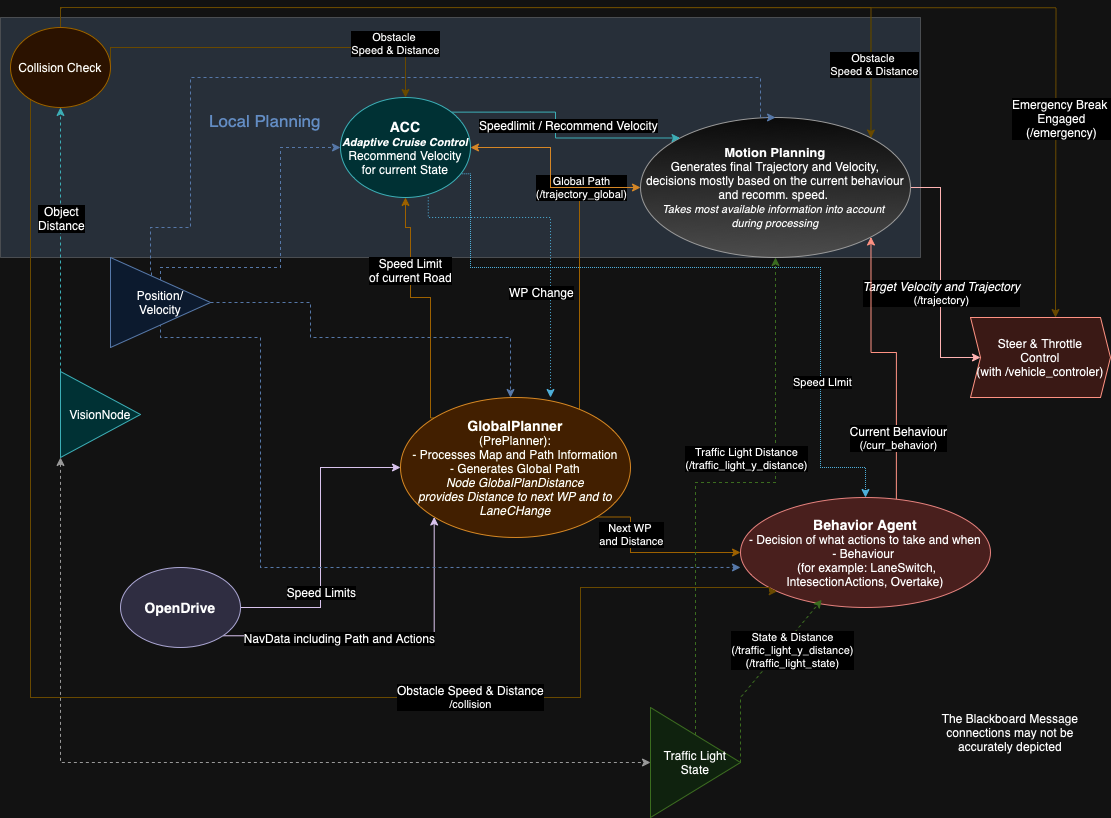
The draw.io diagram doc/assets/planning/planning_structure.png in una-auxme/paf, before a commit. Source tidied: cells renumbered, new cells last; positions are measured from the earlier drawing's top-left corner, leaving out a move shared by most shapes.
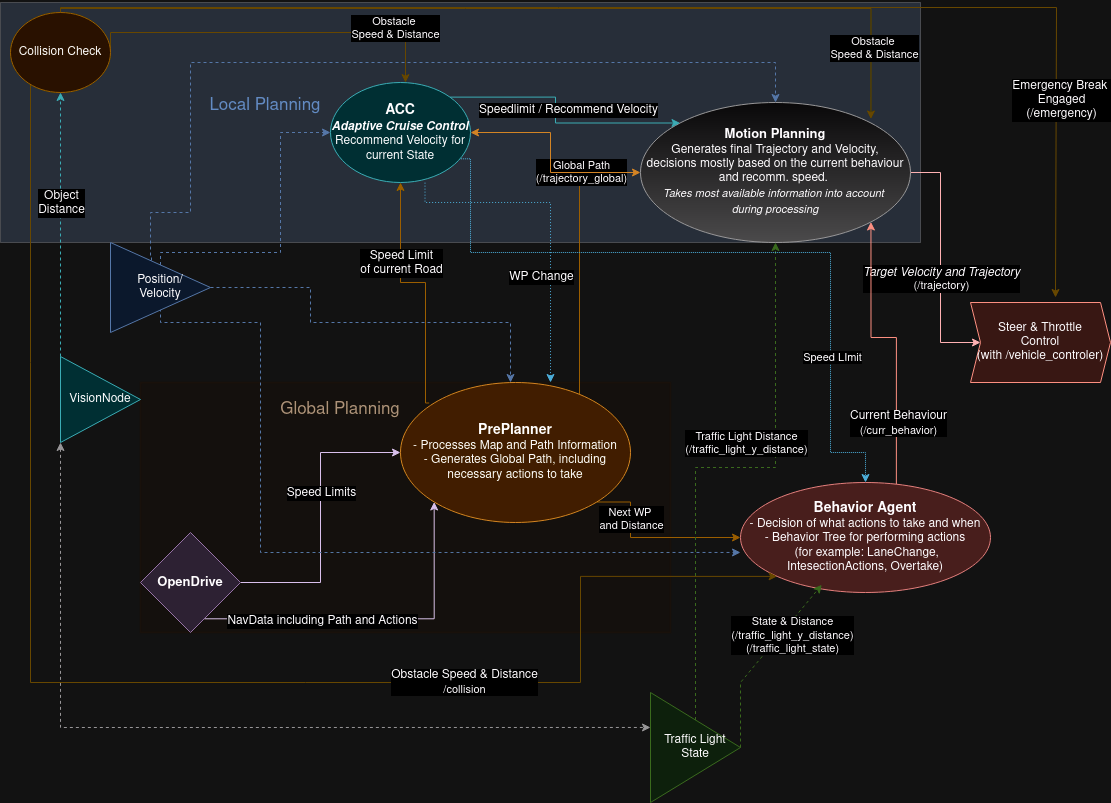
Later version of the same file.

Commit message:
Made some final improvements to the current planning arch diagram. Should finish #393

Diff of the diagram source:
```diff
@@ -5,20 +5,23 @@
     <mxCell id="2" style="rounded=0;whiteSpace=wrap;html=1;fillColor=#3D6694;strokeColor=default;opacity=20;" parent="1" vertex="1">
       <mxGeometry y="10" width="920" height="240" as="geometry" />
     </mxCell>
+    <mxCell id="55" style="rounded=0;whiteSpace=wrap;html=1;fillColor=#fff2cc;strokeColor=#FFE6CC;opacity=30;strokeWidth=2;" parent="1" vertex="1">
+      <mxGeometry x="140" y="390" width="530" height="250" as="geometry" />
+    </mxCell>
-    <mxCell id="3" style="edgeStyle=orthogonalEdgeStyle;rounded=0;jettySize=auto;html=1;exitX=0;exitY=0;exitDx=0;exitDy=0;fillColor=#ffe6cc;strokeColor=#d79b00;entryX=0.5;entryY=1;entryDx=0;entryDy=0;" parent="1" edge="1" source="9" target="51">
+    <mxCell id="3" style="edgeStyle=orthogonalEdgeStyle;rounded=0;orthogonalLoop=1;jettySize=auto;html=1;exitX=0;exitY=0;exitDx=0;exitDy=0;fillColor=#ffe6cc;strokeColor=#d79b00;entryX=0.5;entryY=1;entryDx=0;entryDy=0;" parent="1" edge="1">
       <mxGeometry relative="1" as="geometry">
+        <mxPoint x="428.7" y="410.5" as="sourcePoint" />
+        <mxPoint x="400" y="190" as="targetPoint" />
         <Array as="points">
-          <mxPoint x="430" y="411" />
-          <mxPoint x="430" y="290" />
-          <mxPoint x="410" y="290" />
-          <mxPoint x="410" y="220" />
-          <mxPoint x="405" y="220" />
+          <mxPoint x="425" y="411" />
+          <mxPoint x="425" y="290" />
+          <mxPoint x="400" y="290" />
         </Array>
       </mxGeometry>
     </mxCell>
     <mxCell id="4" value="&lt;div style=&quot;font-size: 12px;&quot;&gt;&lt;font style=&quot;font-size: 12px;&quot;&gt;Speed Limit &lt;br&gt;&lt;/font&gt;&lt;/div&gt;&lt;div style=&quot;font-size: 12px;&quot;&gt;&lt;font style=&quot;font-size: 12px;&quot;&gt;of current Road&lt;br&gt;&lt;/font&gt;&lt;/div&gt;" style="edgeLabel;html=1;align=center;verticalAlign=middle;" parent="3" vertex="1">
       <mxGeometry x="-0.09" y="-5" relative="1" as="geometry">
-        <mxPoint x="-26" y="-39" as="offset" />
+        <mxPoint x="-30" y="-31" as="offset" />
       </mxGeometry>
     </mxCell>
     <mxCell id="5" style="edgeStyle=orthogonalEdgeStyle;rounded=0;jettySize=auto;html=1;fillColor=#ffcd28;gradientColor=#ffa500;strokeColor=#d79b00;exitX=1;exitY=0;exitDx=0;exitDy=0;endArrow=none;endFill=0;" parent="1" edge="1" source="9">
@@ -49,10 +52,10 @@
         <mxPoint x="-4" y="-6" as="offset" />
       </mxGeometry>
     </mxCell>
-    <mxCell id="9" value="&lt;div style=&quot;font-size: 14px;&quot;&gt;&lt;b&gt;GlobalPlanner&lt;/b&gt;&lt;/div&gt;&lt;div&gt;(PrePlanner):&lt;/div&gt;&lt;div&gt;- Processes Map and Path Information&lt;/div&gt;&lt;div&gt;- Generates Global Path&lt;/div&gt;&lt;div&gt;&lt;i&gt;Node GlobalPlanDistance&lt;/i&gt;&lt;/div&gt;&lt;div&gt;&lt;i&gt;provides Distance to next WP and to LaneCHange&lt;/i&gt;&lt;br&gt;&lt;/div&gt;" style="ellipse;whiteSpace=wrap;html=1;fillColor=#fad7ac;strokeColor=#b46504;" parent="1" vertex="1">
+    <mxCell id="9" value="&lt;div style=&quot;font-size: 14px;&quot;&gt;&lt;b&gt;PrePlanner&lt;/b&gt;&lt;/div&gt;&lt;div&gt;- Processes Map and Path Information&lt;/div&gt;&lt;div&gt;- Generates Global Path, including necessary actions to take&lt;br&gt;&lt;/div&gt;" style="ellipse;whiteSpace=wrap;html=1;fillColor=#fad7ac;strokeColor=#b46504;" parent="1" vertex="1">
       <mxGeometry x="400" y="390" width="230" height="140" as="geometry" />
     </mxCell>
-    <mxCell id="10" style="edgeStyle=orthogonalEdgeStyle;rounded=0;jettySize=auto;html=1;exitX=1;exitY=1;exitDx=0;exitDy=0;entryX=0;entryY=1;entryDx=0;entryDy=0;fillColor=#76608a;strokeColor=#432D57;" parent="1" edge="1" source="14" target="9">
+    <mxCell id="10" style="edgeStyle=orthogonalEdgeStyle;rounded=0;jettySize=auto;html=1;exitX=0.638;exitY=0.863;exitDx=0;exitDy=0;entryX=0;entryY=1;entryDx=0;entryDy=0;fillColor=#76608a;strokeColor=#432D57;exitPerimeter=0;" parent="1" edge="1" source="14" target="9">
       <mxGeometry relative="1" as="geometry" />
     </mxCell>
     <mxCell id="11" value="&lt;font style=&quot;font-size: 12px;&quot;&gt;NavData including Path and Actions&lt;/font&gt;" style="edgeLabel;html=1;align=center;verticalAlign=middle;" parent="10" vertex="1">
@@ -65,12 +68,9 @@
     </mxCell>
     <mxCell id="13" value="&lt;font style=&quot;font-size: 12px;&quot;&gt;Speed Limits&lt;/font&gt;" style="edgeLabel;html=1;align=center;verticalAlign=middle;" parent="12" vertex="1">
       <mxGeometry x="-0.21" relative="1" as="geometry">
-        <mxPoint y="22" as="offset" />
+        <mxPoint y="-56" as="offset" />
       </mxGeometry>
     </mxCell>
-    <mxCell id="14" value="&lt;font style=&quot;font-size: 14px;&quot;&gt;&lt;b&gt;OpenDrive&lt;/b&gt;&lt;/font&gt;" style="ellipse;whiteSpace=wrap;html=1;fillColor=#d0cee2;strokeColor=#56517e;" parent="1" vertex="1">
-      <mxGeometry x="120" y="560" width="120" height="80" as="geometry" />
-    </mxCell>
     <mxCell id="15" style="edgeStyle=orthogonalEdgeStyle;rounded=0;jettySize=auto;html=1;exitX=1;exitY=0.5;exitDx=0;exitDy=0;entryX=0;entryY=0.5;entryDx=0;entryDy=0;fillColor=#e51400;strokeColor=#B20000;" parent="1" edge="1" source="18" target="21">
       <mxGeometry relative="1" as="geometry">
         <Array as="points">
@@ -120,7 +120,7 @@
         <mxPoint y="-30" as="offset" />
       </mxGeometry>
     </mxCell>
-    <mxCell id="24" value="&lt;div&gt;&lt;b&gt;&lt;font style=&quot;font-size: 14px;&quot;&gt;Behavior Agent&lt;/font&gt;&lt;/b&gt;&lt;/div&gt;&lt;div&gt;- Decision of what actions to take and when&lt;/div&gt;&lt;div&gt;- Behaviour&amp;nbsp;&lt;br&gt;&lt;/div&gt;&lt;div&gt;&amp;nbsp;(for example: LaneSwitch,&lt;/div&gt;&lt;div&gt;IntesectionActions, Overtake)&lt;br&gt;&lt;/div&gt;" style="ellipse;whiteSpace=wrap;html=1;fillColor=#f8cecc;strokeColor=#b85450;" parent="1" vertex="1">
+    <mxCell id="24" value="&lt;div&gt;&lt;b&gt;&lt;font style=&quot;font-size: 14px;&quot;&gt;Behavior Agent&lt;/font&gt;&lt;/b&gt;&lt;/div&gt;&lt;div&gt;- Decision of what actions to take and when&lt;/div&gt;&lt;div&gt;- Behavior Tree for performing actions&lt;br&gt;&lt;/div&gt;&lt;div&gt;&amp;nbsp;(for example: LaneChange,&lt;/div&gt;&lt;div&gt;IntesectionActions, Overtake)&lt;br&gt;&lt;/div&gt;" style="ellipse;whiteSpace=wrap;html=1;fillColor=#f8cecc;strokeColor=#b85450;" parent="1" vertex="1">
       <mxGeometry x="740" y="490" width="250" height="110" as="geometry" />
     </mxCell>
     <mxCell id="25" style="endArrow=classic;html=1;rounded=0;entryX=0.325;entryY=0.93;entryDx=0;entryDy=0;entryPerimeter=0;exitX=1;exitY=0.5;exitDx=0;exitDy=0;dashed=1;fillColor=#d5e8d4;strokeColor=#82b366;" parent="1" edge="1" source="34" target="24">
@@ -172,7 +172,7 @@
           <mxPoint x="150" y="220" />
           <mxPoint x="190" y="220" />
           <mxPoint x="190" y="70" />
-          <mxPoint x="760" y="70" />
+          <mxPoint x="775" y="70" />
         </Array>
       </mxGeometry>
     </mxCell>
@@ -190,8 +190,14 @@
     <mxCell id="34" value="Traffic Light State" style="triangle;whiteSpace=wrap;html=1;fillColor=#d5e8d4;strokeColor=#82b366;" parent="1" vertex="1">
       <mxGeometry x="650" y="700" width="90" height="110" as="geometry" />
     </mxCell>
-    <mxCell id="35" style="edgeStyle=orthogonalEdgeStyle;rounded=0;jettySize=auto;html=1;exitX=0.5;exitY=0;exitDx=0;exitDy=0;entryX=1;entryY=0;entryDx=0;entryDy=0;fillColor=#fff2cc;strokeColor=#d6b656;" parent="1" edge="1" source="44" target="18">
-      <mxGeometry relative="1" as="geometry" />
+    <mxCell id="35" style="edgeStyle=orthogonalEdgeStyle;rounded=0;orthogonalLoop=1;jettySize=auto;html=1;exitX=0.5;exitY=0;exitDx=0;exitDy=0;entryX=1;entryY=0;entryDx=0;entryDy=0;fillColor=#fff2cc;strokeColor=#d6b656;" parent="1" edge="1">
+      <mxGeometry relative="1" as="geometry">
+        <mxPoint x="60" y="16" as="sourcePoint" />
+        <mxPoint x="870.5" y="126.5" as="targetPoint" />
+        <Array as="points">
+          <mxPoint x="871" y="16" />
+        </Array>
+      </mxGeometry>
     </mxCell>
     <mxCell id="36" value="&lt;div&gt;Obstacle&amp;nbsp;&lt;/div&gt;&lt;div&gt;Speed &amp;amp; Distance&lt;/div&gt;" style="edgeLabel;html=1;align=center;verticalAlign=middle;" parent="35" vertex="1">
       <mxGeometry x="0.85" y="3" relative="1" as="geometry" />
@@ -209,10 +215,13 @@
         <mxPoint x="-4" y="-1" as="offset" />
       </mxGeometry>
     </mxCell>
-    <mxCell id="39" style="edgeStyle=orthogonalEdgeStyle;rounded=0;orthogonalLoop=1;jettySize=auto;html=1;fillColor=#fff2cc;strokeColor=#d6b656;entryX=0.25;entryY=0;entryDx=0;entryDy=0;" parent="1" edge="1">
+    <mxCell id="39" style="edgeStyle=orthogonalEdgeStyle;rounded=0;jettySize=auto;html=1;fillColor=#fff2cc;strokeColor=#d6b656;entryX=0.25;entryY=0;entryDx=0;entryDy=0;exitX=0.5;exitY=0;exitDx=0;exitDy=0;" parent="1" edge="1" source="44">
       <mxGeometry relative="1" as="geometry">
-        <mxPoint x="60" as="sourcePoint" />
-        <mxPoint x="1055" y="310" as="targetPoint" />
+        <mxPoint x="1055" y="305" as="targetPoint" />
+        <Array as="points">
+          <mxPoint x="60" y="15" />
+          <mxPoint x="1056" y="15" />
+        </Array>
       </mxGeometry>
     </mxCell>
     <mxCell id="40" value="&lt;div&gt;&lt;font style=&quot;font-size: 12px;&quot;&gt;Emergency Break&amp;nbsp;&lt;/font&gt;&lt;/div&gt;&lt;div&gt;&lt;font style=&quot;font-size: 12px;&quot;&gt;Engaged&lt;/font&gt;&lt;/div&gt;&lt;div&gt;&lt;font style=&quot;font-size: 12px;&quot;&gt;(/emergency)&lt;br&gt;&lt;/font&gt;&lt;/div&gt;" style="edgeLabel;html=1;align=center;verticalAlign=middle;" parent="39" vertex="1">
@@ -223,11 +232,11 @@
     <mxCell id="41" style="edgeStyle=orthogonalEdgeStyle;rounded=0;jettySize=auto;html=1;exitX=0;exitY=0.75;exitDx=0;exitDy=0;entryX=0;entryY=1;entryDx=0;entryDy=0;fillColor=#fff2cc;strokeColor=#d6b656;" parent="1" edge="1" source="44" target="24">
       <mxGeometry relative="1" as="geometry">
         <Array as="points">
+          <mxPoint x="15" y="50" />
           <mxPoint x="30" y="50" />
           <mxPoint x="30" y="690" />
           <mxPoint x="580" y="690" />
-          <mxPoint x="580" y="580" />
-          <mxPoint x="769" y="580" />
+          <mxPoint x="580" y="584" />
         </Array>
       </mxGeometry>
     </mxCell>
@@ -236,9 +245,6 @@
         <mxPoint x="-63" as="offset" />
       </mxGeometry>
     </mxCell>
-    <mxCell id="43" value="The Blackboard Message connections may not be accurately depicted" style="text;html=1;align=center;verticalAlign=middle;whiteSpace=wrap;rounded=0;" parent="1" vertex="1">
-      <mxGeometry x="930" y="690" width="160" height="70" as="geometry" />
-    </mxCell>
     <mxCell id="44" value="Collision Check" style="whiteSpace=wrap;html=1;fillColor=#ffe6cc;strokeColor=#d79b00;shape=ellipse;perimeter=ellipsePerimeter;" parent="1" vertex="1">
       <mxGeometry x="10" y="20" width="100" height="80" as="geometry" />
     </mxCell>
@@ -247,8 +253,8 @@
         <Array as="points">
           <mxPoint x="470" y="166" />
           <mxPoint x="470" y="260" />
-          <mxPoint x="820" y="260" />
-          <mxPoint x="820" y="460" />
+          <mxPoint x="830" y="260" />
+          <mxPoint x="830" y="460" />
           <mxPoint x="865" y="460" />
         </Array>
       </mxGeometry>
@@ -256,11 +262,11 @@
     <mxCell id="46" value="Speed LImit" style="edgeLabel;html=1;align=center;verticalAlign=middle;fillOpacity=100;" parent="45" vertex="1">
       <mxGeometry x="0.56" y="1" relative="1" as="geometry" />
     </mxCell>
-    <mxCell id="47" style="edgeStyle=orthogonalEdgeStyle;rounded=0;jettySize=auto;html=1;exitX=0;exitY=0.75;exitDx=0;exitDy=0;entryX=0;entryY=0.5;entryDx=0;entryDy=0;fillColor=#f5f5f5;gradientColor=#b3b3b3;strokeColor=#666666;dashed=1;startArrow=classic;startFill=1;" parent="1" edge="1" target="34">
+    <mxCell id="47" style="edgeStyle=orthogonalEdgeStyle;rounded=0;jettySize=auto;html=1;entryX=-0.011;entryY=0.436;entryDx=0;entryDy=0;fillColor=#f5f5f5;gradientColor=#b3b3b3;strokeColor=#666666;dashed=1;startArrow=classic;startFill=1;entryPerimeter=0;exitX=0;exitY=1;exitDx=0;exitDy=0;exitPerimeter=0;" parent="1" edge="1" source="48">
       <mxGeometry relative="1" as="geometry">
-        <mxPoint x="60" y="450" as="sourcePoint" />
+        <mxPoint x="650" y="735" as="targetPoint" />
         <Array as="points">
-          <mxPoint x="60" y="755" />
+          <mxPoint x="60" y="735" />
         </Array>
       </mxGeometry>
     </mxCell>
@@ -281,8 +287,8 @@
         <mxPoint x="-3" y="7" as="offset" />
       </mxGeometry>
     </mxCell>
-    <mxCell id="51" value="&lt;div&gt;&lt;b&gt;&lt;font style=&quot;font-size: 14px;&quot;&gt;ACC&lt;/font&gt;&lt;br&gt;&lt;/b&gt;&lt;/div&gt;&lt;div&gt;&lt;span style=&quot;font-size: 11px;&quot;&gt;&lt;font style=&quot;font-size: 11px;&quot;&gt;&lt;i&gt;&lt;b&gt;Adaptive Cruise Control&lt;/b&gt;&lt;/i&gt;&lt;/font&gt;&lt;/span&gt;&lt;/div&gt;&lt;div&gt;Recommend Velocity for current State&lt;br&gt;&lt;/div&gt;" style="ellipse;whiteSpace=wrap;html=1;fillColor=#b0e3e6;strokeColor=#0e8088;" parent="1" vertex="1">
-      <mxGeometry x="340" y="90" width="130" height="100" as="geometry" />
+    <mxCell id="51" value="&lt;div&gt;&lt;b&gt;&lt;font style=&quot;font-size: 14px;&quot;&gt;ACC&lt;/font&gt;&lt;br&gt;&lt;/b&gt;&lt;/div&gt;&lt;div style=&quot;&quot;&gt;&lt;span style=&quot;&quot;&gt;&lt;font style=&quot;font-size: 12px;&quot;&gt;&lt;i&gt;&lt;b&gt;Adaptive Cruise Control&lt;/b&gt;&lt;/i&gt;&lt;/font&gt;&lt;/span&gt;&lt;/div&gt;&lt;div&gt;Recommend Velocity for current State&lt;br&gt;&lt;/div&gt;" style="ellipse;whiteSpace=wrap;html=1;fillColor=#b0e3e6;strokeColor=#0e8088;" parent="1" vertex="1">
+      <mxGeometry x="330" y="90" width="140" height="100" as="geometry" />
     </mxCell>
     <mxCell id="52" value="&lt;font style=&quot;font-size: 17px;&quot; color=&quot;#527cb3&quot;&gt;Local Planning&lt;/font&gt;" style="text;html=1;align=center;verticalAlign=middle;whiteSpace=wrap;rounded=0;" parent="1" vertex="1">
       <mxGeometry x="200" y="80" width="130" height="65" as="geometry" />
@@ -302,5 +308,11 @@
         <mxPoint x="-13" y="-34" as="offset" />
       </mxGeometry>
     </mxCell>
+    <mxCell id="14" value="&lt;font style=&quot;font-size: 13px;&quot;&gt;&lt;b&gt;OpenDrive&lt;/b&gt;&lt;/font&gt;" style="rhombus;whiteSpace=wrap;html=1;fillColor=#e1d5e7;strokeColor=#9673a6;" parent="1" vertex="1">
+      <mxGeometry x="140" y="540" width="100" height="100" as="geometry" />
+    </mxCell>
+    <mxCell id="56" value="&lt;font style=&quot;font-size: 17px;&quot; color=&quot;#7d644b&quot;&gt;Global Planning&lt;br&gt;&lt;/font&gt;" style="text;html=1;align=center;verticalAlign=middle;whiteSpace=wrap;rounded=0;fillColor=none;strokeColor=none;" parent="1" vertex="1">
+      <mxGeometry x="270" y="404" width="140" height="26" as="geometry" />
+    </mxCell>
   </root>
 </mxGraphModel>
```
